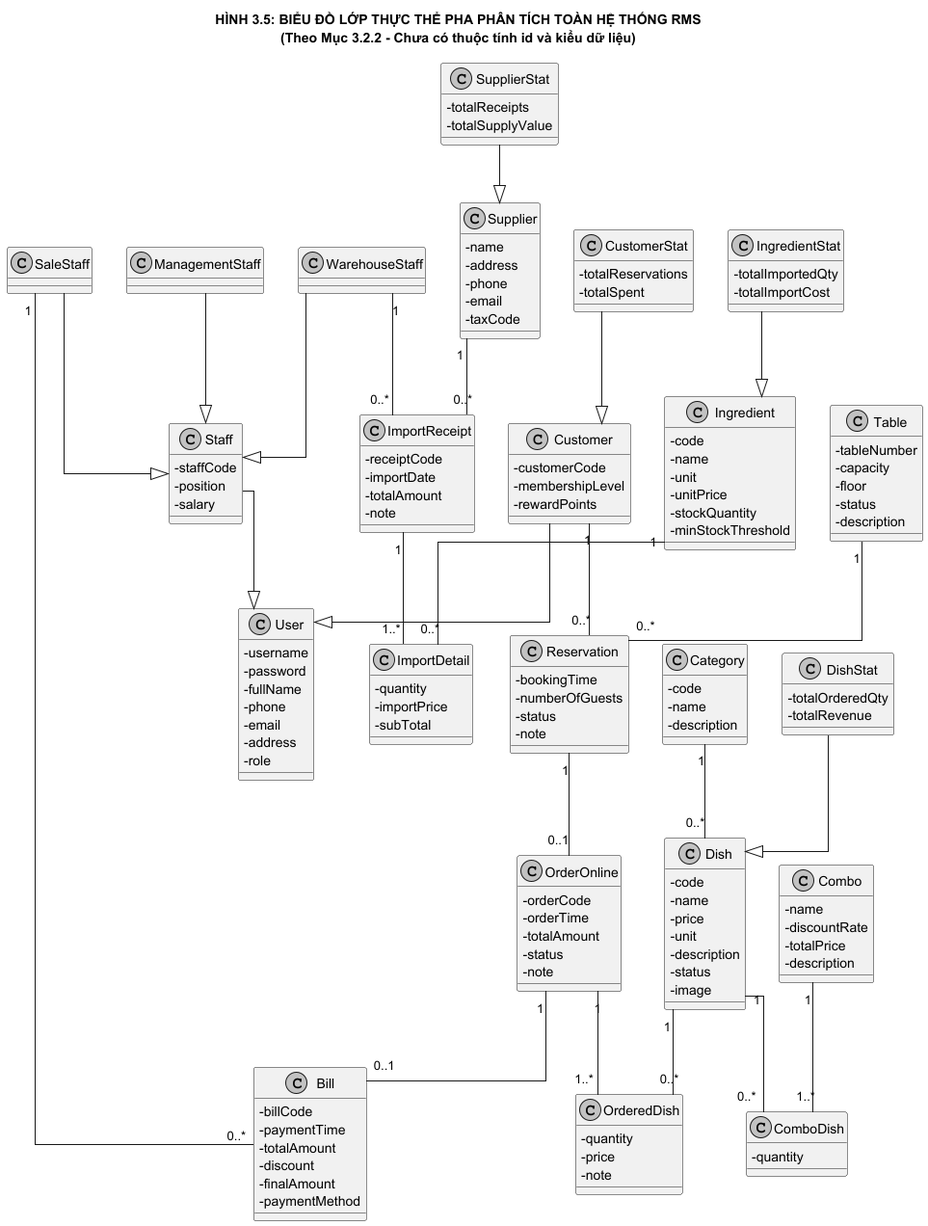
Above: docs/diagrams/Analysis_01_EntityClassDiagram.png in NEWBIE1005/RMS_RestaurantManagementSystem (PlantUML), before the change.
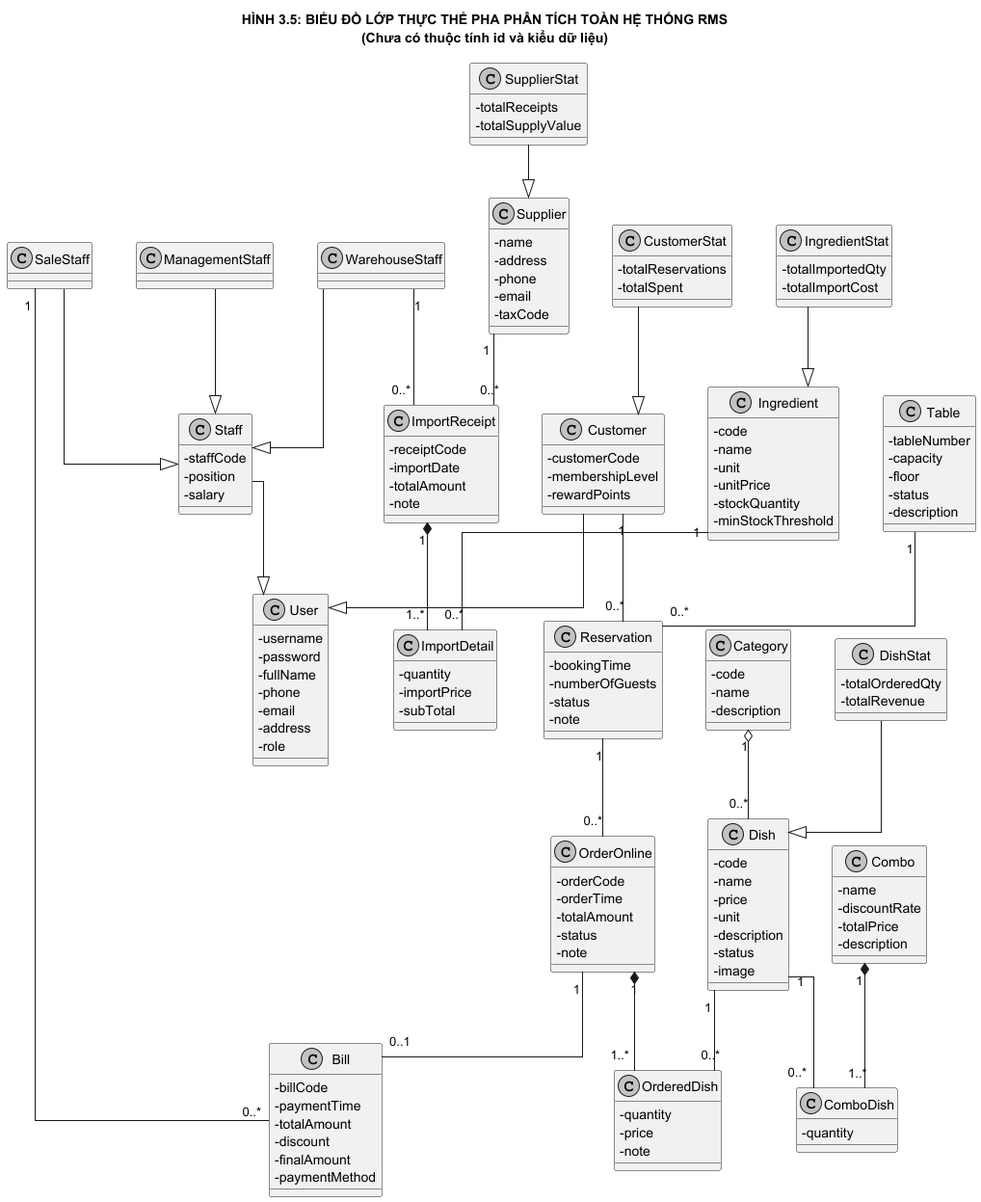
Above is the later version.

The edit, as a diff of the source:
```diff
@@ -3,8 +3,10 @@
 skinparam monochrome true
 skinparam shadowing false
 skinparam linetype ortho
+skinparam nodesep 45
+skinparam ranksep 55
 
-title HÌNH 3.5: BIỂU ĐỒ LỚP THỰC THỂ PHA PHÂN TÍCH TOÀN HỆ THỐNG RMS\n(Theo Mục 3.2.2 - Chưa có thuộc tính id và kiểu dữ liệu)
+title HÌNH 3.5: BIỂU ĐỒ LỚP THỰC THỂ PHA PHÂN TÍCH TOÀN HỆ THỐNG RMS\n(Chưa có thuộc tính id và kiểu dữ liệu)
 
 class User {
     - username
@@ -163,14 +165,14 @@
 CustomerStat --|> Customer
 SupplierStat --|> Supplier
 
-Category "1" -- "0..*" Dish
-Combo "1" -- "1..*" ComboDish
+Category "1" o-- "0..*" Dish
+Combo "1" *-- "1..*" ComboDish
 Dish "1" -- "0..*" ComboDish
 
 Customer "1" -- "0..*" Reservation
 Table "1" -- "0..*" Reservation
-Reservation "1" -- "0..1" OrderOnline
-OrderOnline "1" -- "1..*" OrderedDish
+Reservation "1" -- "0..*" OrderOnline
+OrderOnline "1" *-- "1..*" OrderedDish
 Dish "1" -- "0..*" OrderedDish
 
 OrderOnline "1" -- "0..1" Bill
@@ -178,7 +180,7 @@
 
 Supplier "1" -- "0..*" ImportReceipt
 WarehouseStaff "1" -- "0..*" ImportReceipt
-ImportReceipt "1" -- "1..*" ImportDetail
+ImportReceipt "1" *-- "1..*" ImportDetail
 Ingredient "1" -- "0..*" ImportDetail
 
 @enduml
```
